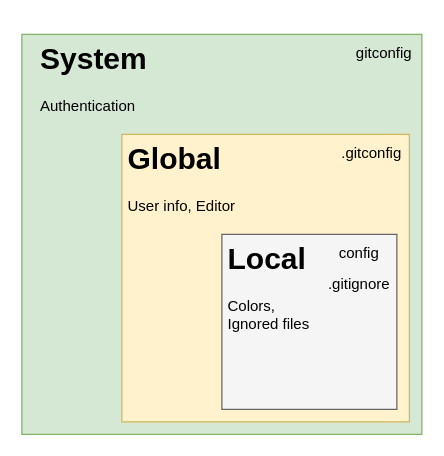
Before: Assets/uml/git_configuration_model.drawio in braboj/tutorial-git, a draw.io diagram. Source tidied: cells renumbered, new cells numbered last; positions are measured from the earlier drawing's top-left corner, leaving out a move shared by most shapes. Both pictures are drawn from the tidied source at 125%, with x=0, y=0 at pixel (21, 34).
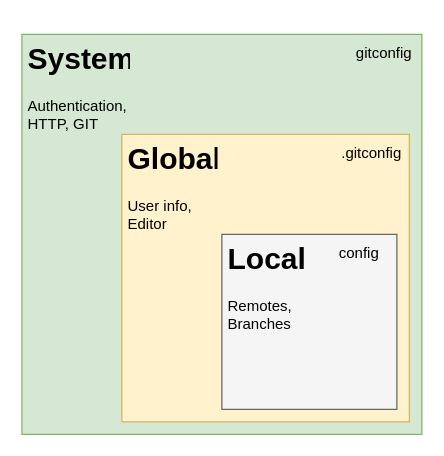
The same diagram, later.

The edit, as a diff of the source:
```diff
@@
 <mxGraphModel>
   <root>
     <mxCell id="0" />
     <mxCell id="1" parent="0" />
     <mxCell id="2" style="whiteSpace=wrap;html=1;fillColor=#d5e8d4;strokeColor=#82b366;" parent="1" vertex="1">
       <mxGeometry width="320" height="320" as="geometry" />
     </mxCell>
     <mxCell id="3" style="whiteSpace=wrap;html=1;fillColor=#fff2cc;strokeColor=#d6b656;" parent="1" vertex="1">
       <mxGeometry x="80" y="80" width="230" height="230" as="geometry" />
     </mxCell>
     <mxCell id="4" style="whiteSpace=wrap;html=1;fillColor=#f5f5f5;fontColor=#333333;strokeColor=#666666;" parent="1" vertex="1">
       <mxGeometry x="160" y="160" width="140" height="140" as="geometry" />
     </mxCell>
-    <mxCell id="5" value="&lt;h1&gt;System&lt;/h1&gt;&lt;p&gt;Authentication&lt;/p&gt;" style="text;html=1;strokeColor=none;fillColor=none;spacing=5;spacingTop=-20;whiteSpace=wrap;overflow=hidden;rounded=0;" parent="1" vertex="1">
-      <mxGeometry x="10" width="140" height="70" as="geometry" />
+    <mxCell id="5" value="&lt;h1&gt;System&lt;/h1&gt;&lt;p&gt;Authentication, HTTP, GIT&lt;/p&gt;" style="text;html=1;strokeColor=none;fillColor=none;spacing=5;spacingTop=-20;whiteSpace=wrap;overflow=hidden;rounded=0;" parent="1" vertex="1">
+      <mxGeometry width="90" height="80" as="geometry" />
     </mxCell>
     <mxCell id="6" value="&lt;h1&gt;Global&lt;/h1&gt;&lt;p&gt;User info, Editor&lt;/p&gt;" style="text;html=1;strokeColor=none;fillColor=none;spacing=5;spacingTop=-20;whiteSpace=wrap;overflow=hidden;rounded=0;" parent="1" vertex="1">
-      <mxGeometry x="80" y="80" width="140" height="80" as="geometry" />
+      <mxGeometry x="80" y="80" width="80" height="80" as="geometry" />
     </mxCell>
-    <mxCell id="7" value="&lt;h1&gt;Local&lt;/h1&gt;&lt;p&gt;Colors, Ignored files&lt;/p&gt;" style="text;html=1;strokeColor=none;fillColor=none;spacing=5;spacingTop=-20;whiteSpace=wrap;overflow=hidden;rounded=0;" parent="1" vertex="1">
+    <mxCell id="7" value="&lt;h1&gt;Local&lt;/h1&gt;&lt;p&gt;Remotes, Branches&lt;/p&gt;&lt;p&gt;&lt;br&gt;&lt;/p&gt;" style="text;html=1;strokeColor=none;fillColor=none;spacing=5;spacingTop=-20;whiteSpace=wrap;overflow=hidden;rounded=0;" parent="1" vertex="1">
       <mxGeometry x="160" y="160" width="90" height="80" as="geometry" />
     </mxCell>
     <mxCell id="8" value="gitconfig" style="text;html=1;strokeColor=none;fillColor=none;align=center;verticalAlign=middle;whiteSpace=wrap;rounded=0;" parent="1" vertex="1">
       <mxGeometry x="260" width="60" height="30" as="geometry" />
     </mxCell>
     <mxCell id="9" value=".gitconfig" style="text;html=1;strokeColor=none;fillColor=none;align=center;verticalAlign=middle;whiteSpace=wrap;rounded=0;" parent="1" vertex="1">
       <mxGeometry x="250" y="80" width="60" height="30" as="geometry" />
     </mxCell>
     <mxCell id="10" value="config" style="text;html=1;strokeColor=none;fillColor=none;align=center;verticalAlign=middle;whiteSpace=wrap;rounded=0;" parent="1" vertex="1">
       <mxGeometry x="240" y="160" width="60" height="30" as="geometry" />
     </mxCell>
-    <mxCell id="11" value=".gitignore" style="text;html=1;strokeColor=none;fillColor=none;align=center;verticalAlign=middle;whiteSpace=wrap;rounded=0;" parent="1" vertex="1">
-      <mxGeometry x="240" y="185" width="60" height="30" as="geometry" />
-    </mxCell>
   </root>
 </mxGraphModel>
```
